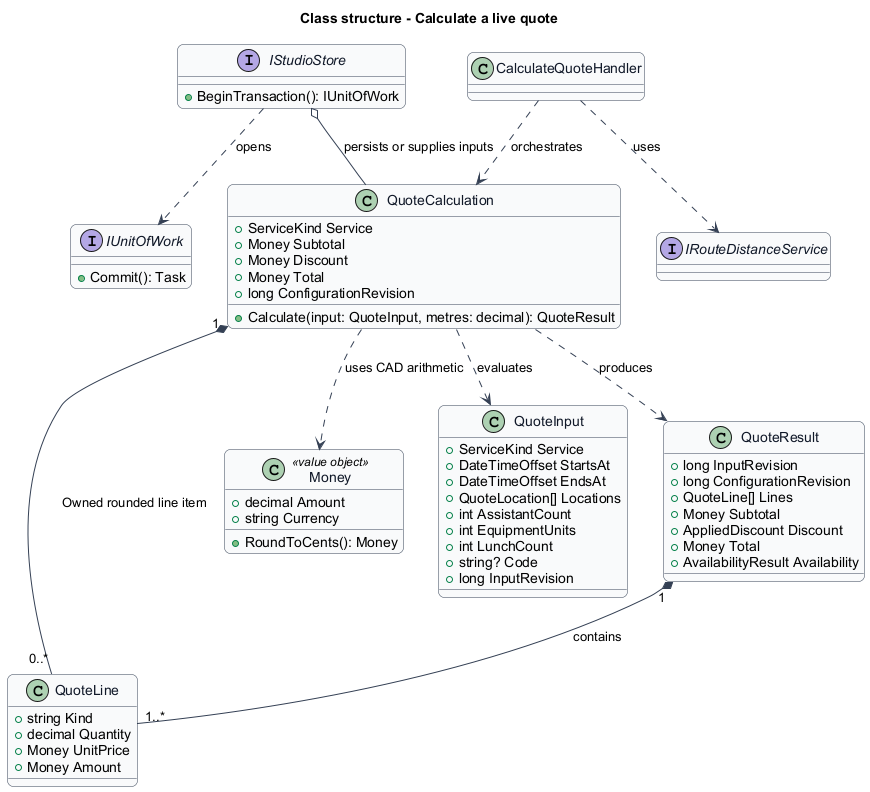
The PlantUML diagram docs/detailed-designs/quotations/calculate-live-quote/diagrams/class-structure.png in QuinntyneBrown/quinntyne-brown-studio, before a commit. Source of this version:
```plantuml
@startuml
skinparam backgroundColor #FFFFFF
skinparam shadowing false
skinparam roundcorner 12
skinparam defaultFontName Arial
skinparam ArrowColor #344054
skinparam rectangle {
  BorderColor #344054
  FontColor #101828
}
skinparam package {
  BorderColor #667085
  FontColor #101828
  BackgroundColor #F9FAFB
}
title Class structure - Calculate a live quote
skinparam class {
 BorderColor #344054
 FontColor #101828
 BackgroundColor #F9FAFB
}
class QuoteCalculation {
 +ServiceKind Service
 +Money Subtotal
 +Money Discount
 +Money Total
 +long ConfigurationRevision
 +Calculate(input: QuoteInput, metres: decimal): QuoteResult
}
class QuoteLine {
 +string Kind
 +decimal Quantity
 +Money UnitPrice
 +Money Amount
}
QuoteCalculation "1" *-- "0..*" QuoteLine : Owned rounded line item
class Money <<value object>> {
 +decimal Amount
 +string Currency
 +RoundToCents(): Money
}
QuoteCalculation ..> Money : uses CAD arithmetic
interface IStudioStore {
 +BeginTransaction(): IUnitOfWork
}
interface IUnitOfWork {
 +Commit(): Task
}
IStudioStore ..> IUnitOfWork : opens
IStudioStore o-- QuoteCalculation : persists or supplies inputs
interface IRouteDistanceService
class CalculateQuoteHandler
CalculateQuoteHandler ..> IRouteDistanceService : uses
CalculateQuoteHandler ..> QuoteCalculation : orchestrates
class QuoteInput {
 +ServiceKind Service
 +DateTimeOffset StartsAt
 +DateTimeOffset EndsAt
 +QuoteLocation[] Locations
 +int AssistantCount
 +int EquipmentUnits
 +int LunchCount
 +string? Code
 +long InputRevision
}
class QuoteResult {
 +long InputRevision
 +long ConfigurationRevision
 +QuoteLine[] Lines
 +Money Subtotal
 +AppliedDiscount Discount
 +Money Total
 +AvailabilityResult Availability
}
QuoteCalculation ..> QuoteInput : evaluates
QuoteCalculation ..> QuoteResult : produces
QuoteResult "1" *-- "1..*" QuoteLine : contains
@enduml
```
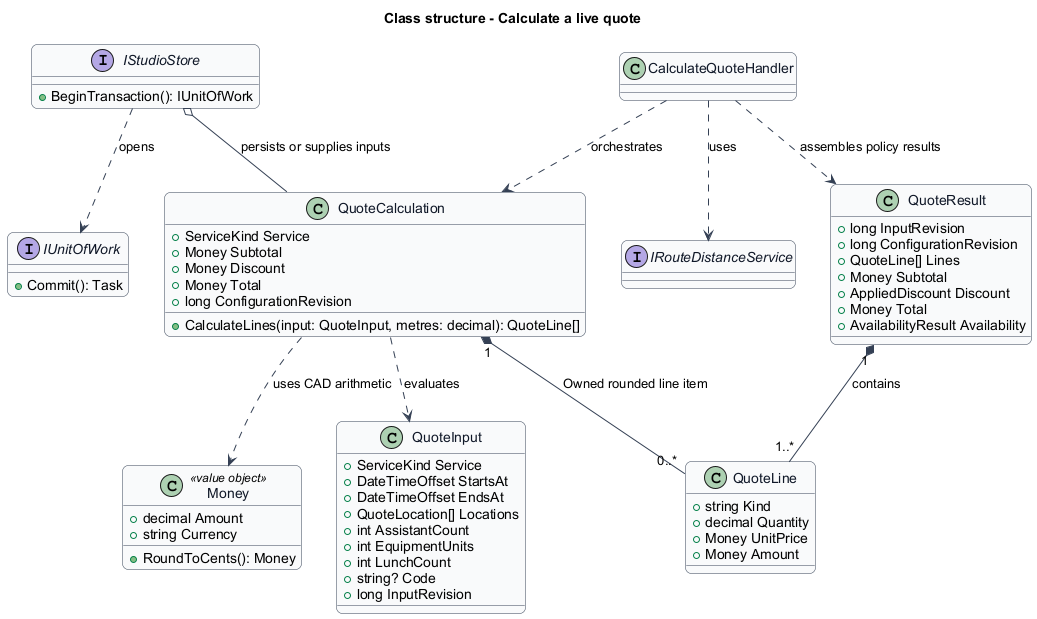
After the change.

Diff of the diagram source:
```diff
@@ -25,7 +25,7 @@
  +Money Discount
  +Money Total
  +long ConfigurationRevision
- +Calculate(input: QuoteInput, metres: decimal): QuoteResult
+ +CalculateLines(input: QuoteInput, metres: decimal): QuoteLine[]
 }
 class QuoteLine {
  +string Kind
@@ -73,6 +73,6 @@
  +AvailabilityResult Availability
 }
 QuoteCalculation ..> QuoteInput : evaluates
-QuoteCalculation ..> QuoteResult : produces
+CalculateQuoteHandler ..> QuoteResult : assembles policy results
 QuoteResult "1" *-- "1..*" QuoteLine : contains
 @enduml
```
